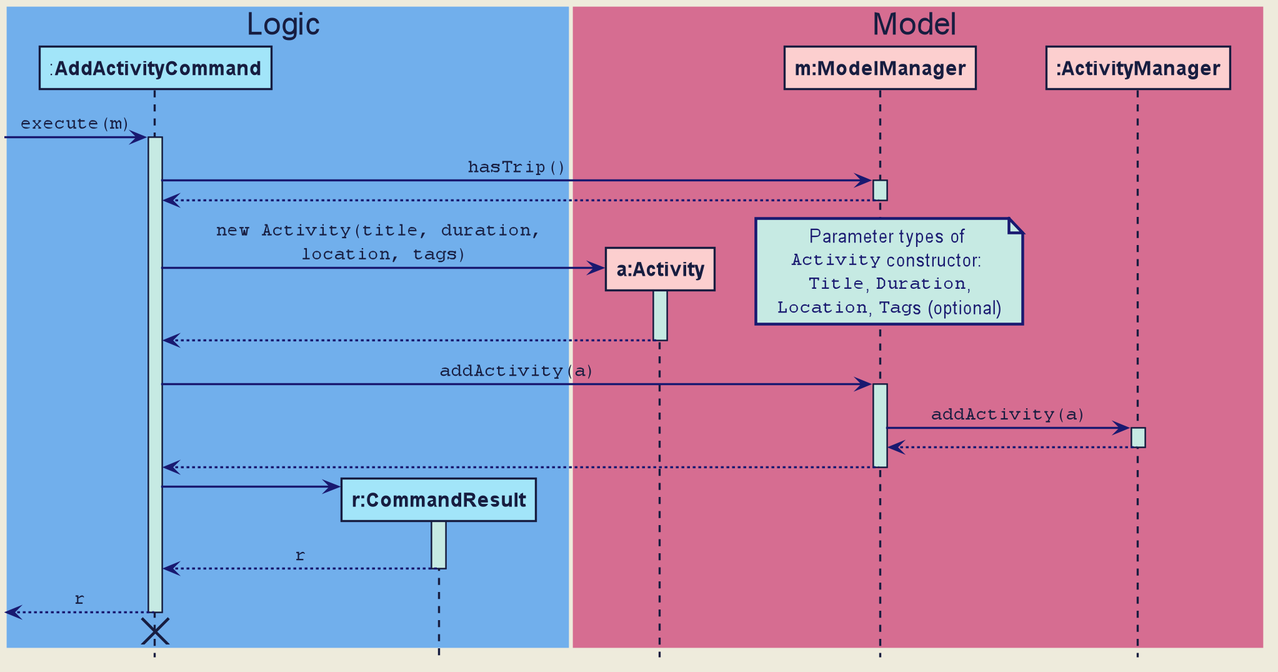
The PlantUML diagram docs/images/developer-guide/list-managers/AddActivitySequenceDiagram.png in zenatrick/main, before a commit.
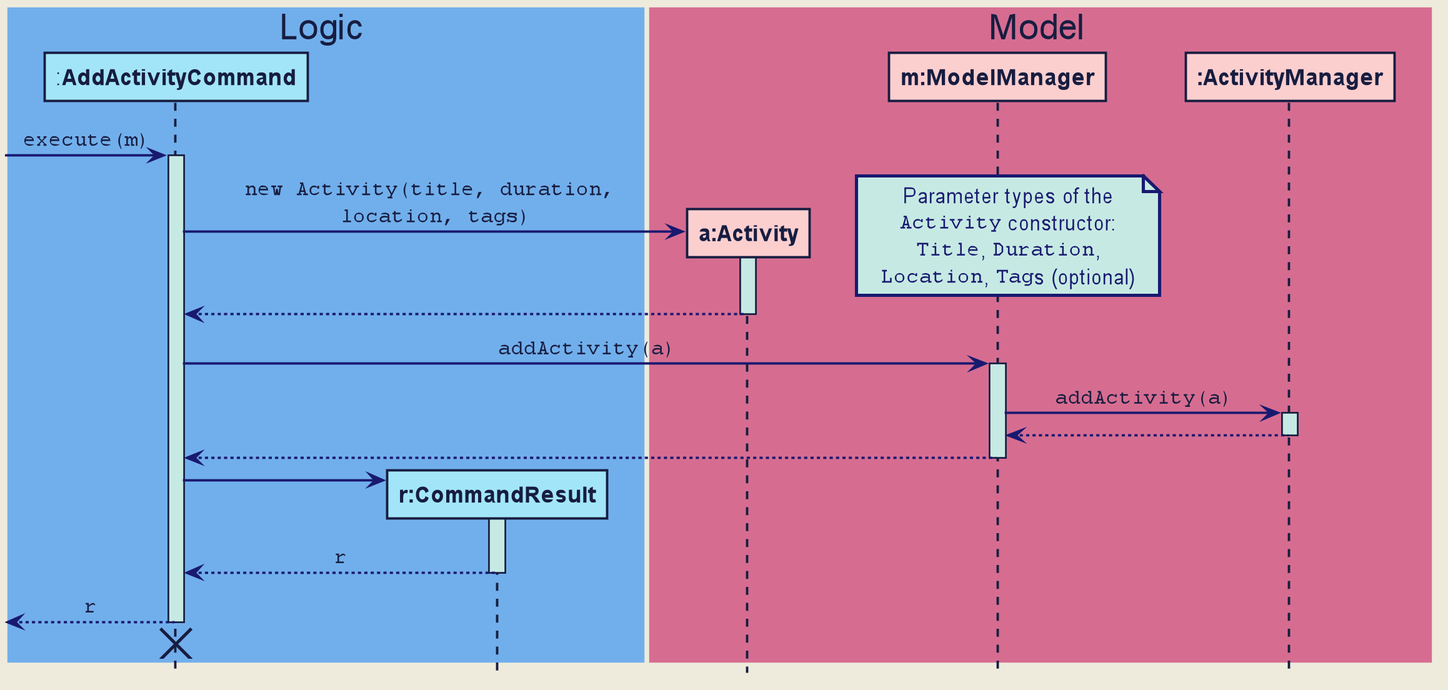
The same file after the commit.

The edit, as a diff of the source:
```diff
@@ -117,17 +117,11 @@
 [-> AddActivityCommand : ""execute(m)""
 activate AddActivityCommand
 
-AddActivityCommand -> ModelManager : ""hasTrip()""
-activate ModelManager
-
-ModelManager --> AddActivityCommand
-deactivate
-
 create Activity
 AddActivityCommand -> Activity : ""new Activity(title, duration, ""\n""location, tags)""
 activate Activity
 note right
-Parameter types of
+Parameter types of the
 ""Activity"" constructor:
 ""Title"", ""Duration"",
 ""Location"", ""Tag""s (optional)
```
